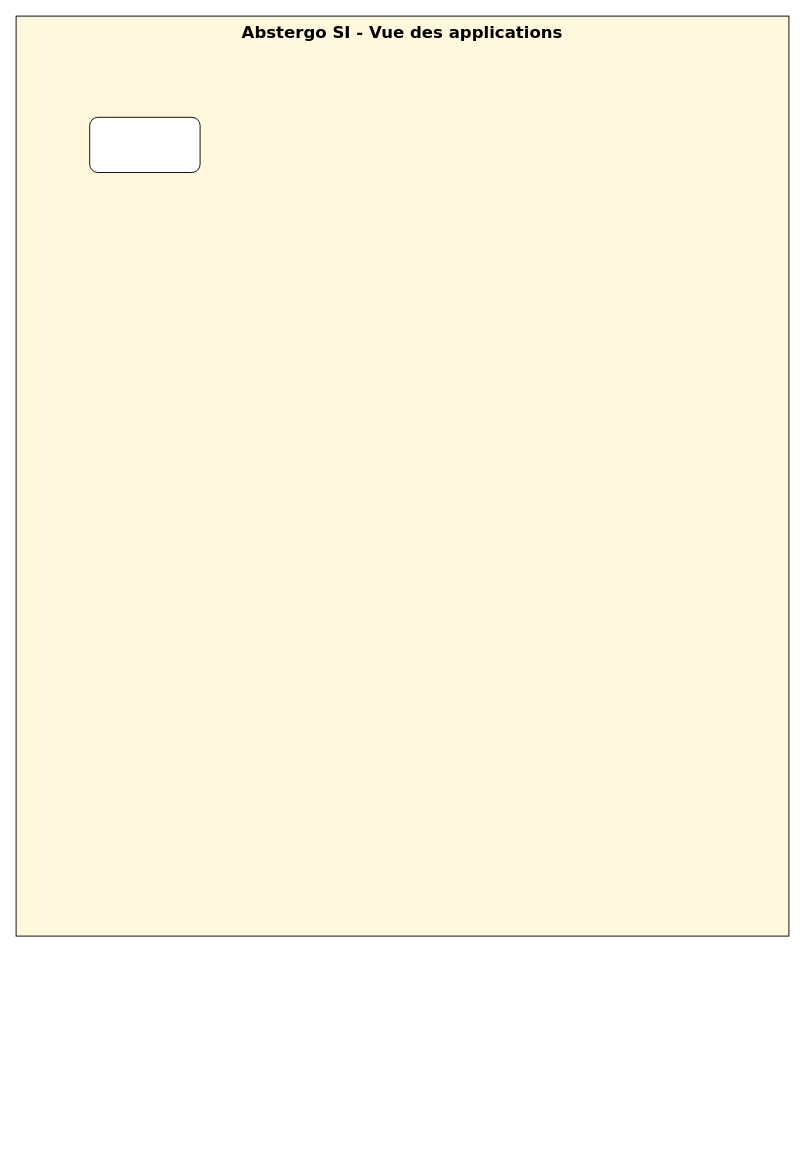
This is Vue applicative.drawio from CharifMah/AbstergoAnimus, a draw.io file, before an edit. Source tidied: cells renumbered, new cells numbered last; positions are measured from the earlier drawing's top-left corner, leaving out a move shared by most shapes. Both pictures are drawn from the tidied source at 92%, with x=0, y=0 at pixel (16, 16).
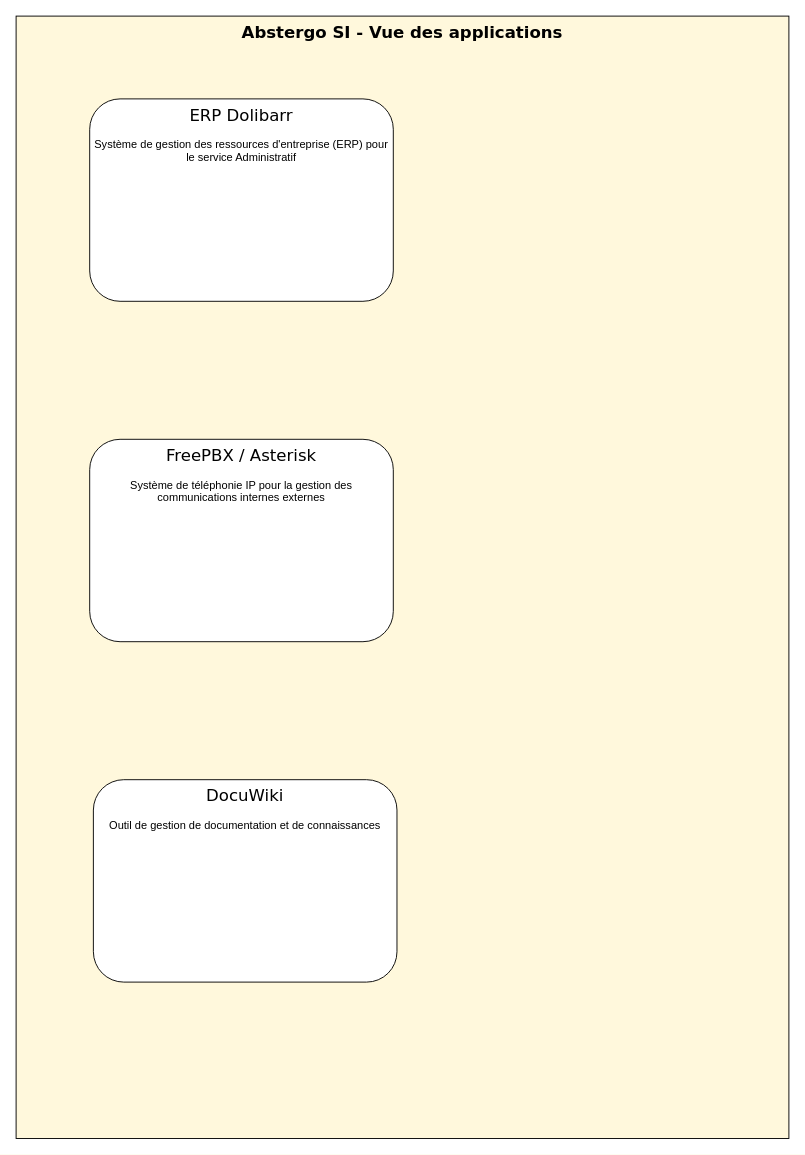
Above is the later version.

Commit message:
Mettre à jour Vue applicative.drawio

What changed in the source:
```diff
@@
 <mxGraphModel>
   <root>
     <mxCell id="0" />
     <mxCell id="1" parent="0" />
     <mxCell id="2" value="&lt;font style=&quot;font-size: 18px;&quot; face=&quot;Verdana&quot;&gt;&lt;b&gt;Abstergo SI - Vue des applications&lt;/b&gt;&lt;/font&gt;" style="rounded=0;whiteSpace=wrap;html=1;fillColor=#FFF8DC;horizontal=1;verticalAlign=top;" parent="1" vertex="1">
-      <mxGeometry width="840" height="1000" as="geometry" />
+      <mxGeometry width="840" height="1220" as="geometry" />
     </mxCell>
-    <mxCell id="3" style="rounded=1;whiteSpace=wrap;html=1;" parent="1" vertex="1">
-      <mxGeometry x="80" y="110" width="120" height="60" as="geometry" />
+    <mxCell id="3" value="&lt;font style=&quot;font-size: 18px;&quot; face=&quot;Verdana&quot;&gt;ERP Dolibarr&lt;/font&gt;&lt;br&gt;&lt;br&gt;Système de gestion des ressources d'entreprise (ERP) pour le service Administratif" style="rounded=1;whiteSpace=wrap;html=1;verticalAlign=top;" parent="1" vertex="1">
+      <mxGeometry x="80" y="90" width="330" height="220" as="geometry" />
     </mxCell>
+    <mxCell id="4" value="&lt;font style=&quot;font-size: 18px;&quot; face=&quot;Verdana&quot;&gt;FreePBX / Asterisk&lt;/font&gt;&lt;br&gt;&lt;br&gt;Système de téléphonie IP pour la gestion des communications internes externes" style="rounded=1;whiteSpace=wrap;html=1;verticalAlign=top;" parent="1" vertex="1">
+      <mxGeometry x="80" y="460" width="330" height="220" as="geometry" />
+    </mxCell>
+    <mxCell id="5" value="&lt;font style=&quot;font-size: 18px;&quot; face=&quot;Verdana&quot;&gt;DocuWiki&lt;/font&gt;&lt;br&gt;&lt;br&gt;Outil de gestion de documentation et de connaissances" style="rounded=1;whiteSpace=wrap;html=1;verticalAlign=top;" parent="1" vertex="1">
+      <mxGeometry x="84" y="830" width="330" height="220" as="geometry" />
+    </mxCell>
   </root>
 </mxGraphModel>
```
